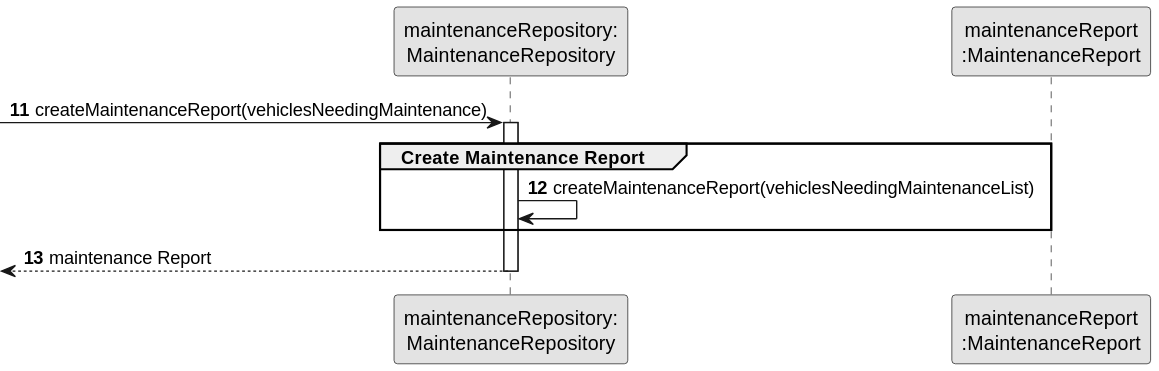
This is docs/sprintC/us008/03.design/svg/us008-sequence-diagram-partial-create-maintenance-report.svg from ricardomm7/leaflink, a PlantUML export, as it was before one commit.
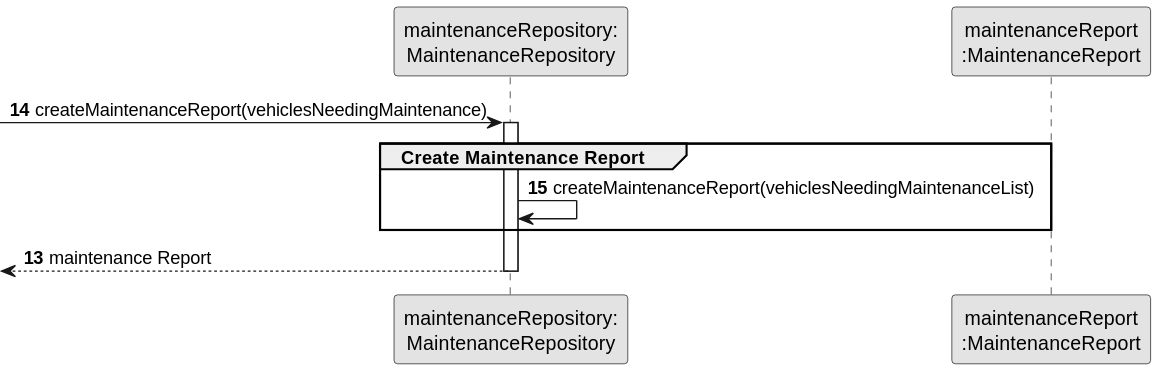
After the change.

The edit, as a diff of the source:
```diff
@@ -6,7 +6,7 @@
 participant "maintenanceRepository:\nMaintenanceRepository" as MaintenanceRepository
 participant "maintenanceReport\n:MaintenanceReport" as MaintenanceReport
 
-autonumber 11
+autonumber 14
 -> MaintenanceRepository : createMaintenanceReport(vehiclesNeedingMaintenance)
 activate MaintenanceRepository
 
```
